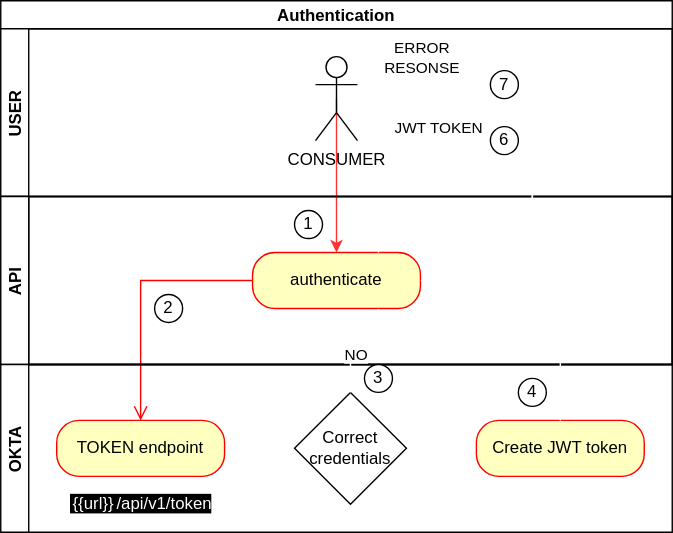
Earlier version of the draw.io export docs/diagrams/workflows/data_highway/api/flow-authorization.svg (Bruin-Dev/Intelygenz). Source tidied: cells renumbered, new cells last; positions are measured from the earlier drawing's top-left corner, leaving out a move shared by most shapes. Its diagram source:
```xml
<mxGraphModel>
  <root>
    <mxCell id="0" />
    <mxCell id="1" parent="0" />
    <mxCell id="2" style="edgeStyle=orthogonalEdgeStyle;html=1;verticalAlign=bottom;endArrow=open;endSize=8;strokeColor=#ff0000;rounded=0;" parent="1" edge="1" source="11" target="16">
      <mxGeometry relative="1" as="geometry" />
    </mxCell>
    <mxCell id="3" style="edgeStyle=orthogonalEdgeStyle;rounded=0;jettySize=auto;html=1;exitX=0.5;exitY=0.5;exitDx=0;exitDy=0;exitPerimeter=0;entryX=0.5;entryY=0;entryDx=0;entryDy=0;fillColor=#e51400;strokeColor=#FF3333;" parent="1" edge="1" source="6" target="11">
      <mxGeometry relative="1" as="geometry" />
    </mxCell>
    <mxCell id="4" value="Authentication" style="swimlane;horizontal=1;startSize=20;" parent="1" vertex="1">
      <mxGeometry width="480" height="260" as="geometry" />
    </mxCell>
    <mxCell id="5" value="USER" style="swimlane;startSize=20;horizontal=0;" parent="4" vertex="1">
      <mxGeometry y="20" width="480" height="120" as="geometry" />
    </mxCell>
    <mxCell id="6" value="CONSUMER" style="shape=umlActor;verticalLabelPosition=bottom;verticalAlign=top;html=1;" parent="5" vertex="1">
      <mxGeometry x="225" y="20" width="30" height="60" as="geometry" />
    </mxCell>
    <mxCell id="7" value="6" style="ellipse;whiteSpace=wrap;html=1;" parent="5" vertex="1">
      <mxGeometry x="350" y="70" width="20" height="20" as="geometry" />
    </mxCell>
    <mxCell id="8" value="7" style="ellipse;whiteSpace=wrap;html=1;" parent="5" vertex="1">
      <mxGeometry x="350" y="30" width="20" height="20" as="geometry" />
    </mxCell>
    <mxCell id="9" value="USER" style="swimlane;startSize=20;horizontal=0;" parent="4" vertex="1">
      <mxGeometry y="140" width="480" height="120" as="geometry" />
    </mxCell>
    <mxCell id="10" value="API" style="swimlane;startSize=20;horizontal=0;" parent="1" vertex="1">
      <mxGeometry y="140" width="480" height="120" as="geometry" />
    </mxCell>
    <mxCell id="11" value="authenticate" style="rounded=1;whiteSpace=wrap;html=1;arcSize=40;fontColor=#000000;fillColor=#ffffc0;strokeColor=#ff0000;" parent="10" vertex="1">
      <mxGeometry x="180" y="40" width="120" height="40" as="geometry" />
    </mxCell>
    <mxCell id="12" value="1" style="ellipse;whiteSpace=wrap;html=1;" parent="10" vertex="1">
      <mxGeometry x="210" y="10" width="20" height="20" as="geometry" />
    </mxCell>
    <mxCell id="13" value="2" style="ellipse;whiteSpace=wrap;html=1;" parent="10" vertex="1">
      <mxGeometry x="110" y="70" width="20" height="20" as="geometry" />
    </mxCell>
    <mxCell id="14" value="OKTA" style="swimlane;startSize=20;horizontal=0;" parent="1" vertex="1">
      <mxGeometry y="260" width="480" height="120" as="geometry" />
    </mxCell>
    <mxCell id="15" style="edgeStyle=orthogonalEdgeStyle;rounded=0;jettySize=auto;html=1;exitX=1;exitY=0.5;exitDx=0;exitDy=0;entryX=0;entryY=0.5;entryDx=0;entryDy=0;strokeColor=#FFFFFF;" parent="14" edge="1" source="16" target="18">
      <mxGeometry relative="1" as="geometry" />
    </mxCell>
    <mxCell id="16" value="TOKEN endpoint" style="rounded=1;whiteSpace=wrap;html=1;arcSize=40;fontColor=#000000;fillColor=#ffffc0;strokeColor=#ff0000;" parent="14" vertex="1">
      <mxGeometry x="40" y="40" width="120" height="40" as="geometry" />
    </mxCell>
    <mxCell id="17" value="YES" style="edgeStyle=orthogonalEdgeStyle;rounded=0;jettySize=auto;html=1;exitX=1;exitY=0.5;exitDx=0;exitDy=0;fontColor=#FFFFFF;strokeColor=#FFFFFF;" parent="14" edge="1" source="18" target="20">
      <mxGeometry relative="1" as="geometry" />
    </mxCell>
    <mxCell id="18" value="Correct credentials" style="rhombus;whiteSpace=wrap;html=1;" parent="14" vertex="1">
      <mxGeometry x="210" y="20" width="80" height="80" as="geometry" />
    </mxCell>
    <mxCell id="19" value="&lt;font color=&quot;#ffffff&quot; style=&quot;background-color: rgb(0 , 0 , 0)&quot;&gt;&lt;span class=&quot;unresolvedVariable&quot; spellcheck=&quot;false&quot; style=&quot;padding: 2px ; font-family: &amp;#34;inter&amp;#34; , , , , &amp;#34;segoe ui&amp;#34; , &amp;#34;roboto&amp;#34; , &amp;#34;oxygen&amp;#34; , &amp;#34;ubuntu&amp;#34; , &amp;#34;cantarell&amp;#34; , &amp;#34;fira sans&amp;#34; , &amp;#34;droid sans&amp;#34; , &amp;#34;helvetica&amp;#34; , &amp;#34;arial&amp;#34; , sans-serif ; text-align: left&quot;&gt;&lt;span&gt;{{url}}&lt;/span&gt;&lt;/span&gt;&lt;span style=&quot;text-align: left&quot;&gt;/api/v1/token&lt;/span&gt;&lt;/font&gt;" style="text;html=1;align=center;verticalAlign=middle;strokeColor=none;fillColor=none;" parent="14" vertex="1">
      <mxGeometry x="40" y="90" width="120" height="20" as="geometry" />
    </mxCell>
    <mxCell id="20" value="Create JWT token" style="rounded=1;whiteSpace=wrap;html=1;arcSize=40;fontColor=#000000;fillColor=#ffffc0;strokeColor=#ff0000;" parent="14" vertex="1">
      <mxGeometry x="340" y="40" width="120" height="40" as="geometry" />
    </mxCell>
    <mxCell id="21" value="4" style="ellipse;whiteSpace=wrap;html=1;" parent="14" vertex="1">
      <mxGeometry x="370" y="10" width="20" height="20" as="geometry" />
    </mxCell>
    <mxCell id="22" value="3" style="ellipse;whiteSpace=wrap;html=1;" parent="14" vertex="1">
      <mxGeometry x="260" width="20" height="20" as="geometry" />
    </mxCell>
    <mxCell id="23" style="edgeStyle=orthogonalEdgeStyle;rounded=0;jettySize=auto;html=1;exitX=0.5;exitY=0;exitDx=0;exitDy=0;entryX=1;entryY=0.3333333333333333;entryDx=0;entryDy=0;entryPerimeter=0;strokeColor=#FFFFFF;" parent="1" edge="1" target="6">
      <mxGeometry relative="1" as="geometry">
        <mxPoint x="380" y="160" as="sourcePoint" />
        <Array as="points">
          <mxPoint x="380" y="80" />
          <mxPoint x="255" y="80" />
        </Array>
      </mxGeometry>
    </mxCell>
    <mxCell id="24" value="JWT TOKEN" style="edgeLabel;html=1;align=center;verticalAlign=middle;" parent="23" vertex="1">
      <mxGeometry x="0.32" y="-3" relative="1" as="geometry">
        <mxPoint y="13" as="offset" />
      </mxGeometry>
    </mxCell>
    <mxCell id="25" style="edgeStyle=orthogonalEdgeStyle;rounded=0;jettySize=auto;html=1;exitX=0.5;exitY=0;exitDx=0;exitDy=0;entryX=0.75;entryY=1;entryDx=0;entryDy=0;strokeColor=#FFFFFF;" parent="1" edge="1" source="18" target="11">
      <mxGeometry relative="1" as="geometry">
        <Array as="points">
          <mxPoint x="250" y="250" />
          <mxPoint x="270" y="250" />
        </Array>
      </mxGeometry>
    </mxCell>
    <mxCell id="26" value="NO" style="edgeLabel;html=1;align=center;verticalAlign=middle;" parent="25" vertex="1">
      <mxGeometry x="-0.29" y="-3" relative="1" as="geometry" />
    </mxCell>
    <mxCell id="27" style="edgeStyle=orthogonalEdgeStyle;rounded=0;jettySize=auto;html=1;exitX=0.75;exitY=0;exitDx=0;exitDy=0;strokeColor=#FFFFFF;" parent="1" edge="1" source="11">
      <mxGeometry relative="1" as="geometry">
        <mxPoint x="250" y="40" as="targetPoint" />
        <Array as="points">
          <mxPoint x="270" y="160" />
          <mxPoint x="380" y="160" />
          <mxPoint x="380" y="40" />
        </Array>
      </mxGeometry>
    </mxCell>
    <mxCell id="28" value="ERROR&lt;br&gt;RESONSE" style="edgeLabel;html=1;align=center;verticalAlign=middle;" parent="27" vertex="1">
      <mxGeometry x="-0.31" y="-2" relative="1" as="geometry">
        <mxPoint x="-82" y="-118" as="offset" />
      </mxGeometry>
    </mxCell>
    <mxCell id="29" style="edgeStyle=orthogonalEdgeStyle;rounded=0;jettySize=auto;html=1;exitX=0.5;exitY=0;exitDx=0;exitDy=0;entryX=1;entryY=0.5;entryDx=0;entryDy=0;fontColor=#FFFFFF;strokeColor=#FFFFFF;" parent="1" edge="1" source="20" target="11">
      <mxGeometry relative="1" as="geometry" />
    </mxCell>
  </root>
</mxGraphModel>
```
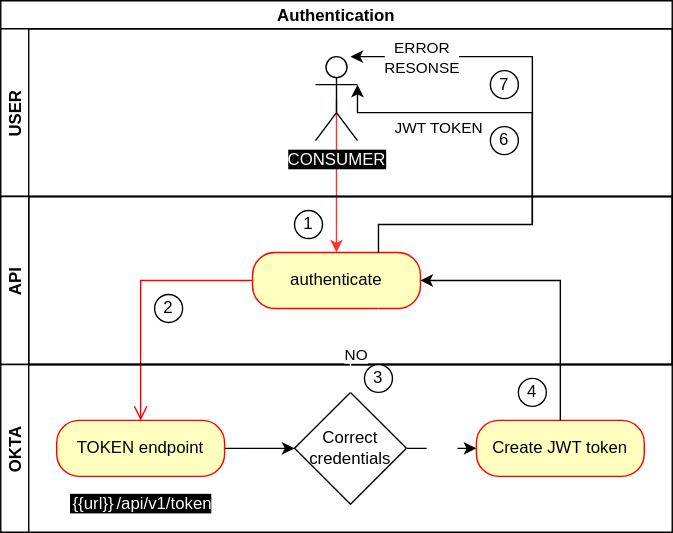
Above is the later version.

Commit message:
docs(docs/diagrams): Update auth authorization for API with OKTA with new groups and diagrams with white background

Diff of the diagram source:
```diff
@@ -1,4 +1,4 @@
-<mxGraphModel>
+<mxGraphModel background="#ffffff">
   <root>
     <mxCell id="0" />
     <mxCell id="1" parent="0" />
@@ -11,10 +11,10 @@
     <mxCell id="4" value="Authentication" style="swimlane;horizontal=1;startSize=20;" parent="1" vertex="1">
       <mxGeometry width="480" height="260" as="geometry" />
     </mxCell>
-    <mxCell id="5" value="USER" style="swimlane;startSize=20;horizontal=0;" parent="4" vertex="1">
+    <mxCell id="5" value="USER" style="swimlane;startSize=20;horizontal=0;strokeColor=#000000;" parent="4" vertex="1">
       <mxGeometry y="20" width="480" height="120" as="geometry" />
     </mxCell>
-    <mxCell id="6" value="CONSUMER" style="shape=umlActor;verticalLabelPosition=bottom;verticalAlign=top;html=1;" parent="5" vertex="1">
+    <mxCell id="6" value="&lt;font style=&quot;background-color: rgb(0 , 0 , 0)&quot; color=&quot;#ffffff&quot;&gt;CONSUMER&lt;/font&gt;" style="shape=umlActor;verticalLabelPosition=bottom;verticalAlign=top;html=1;strokeColor=#000000;" parent="5" vertex="1">
       <mxGeometry x="225" y="20" width="30" height="60" as="geometry" />
     </mxCell>
     <mxCell id="7" value="6" style="ellipse;whiteSpace=wrap;html=1;" parent="5" vertex="1">
@@ -23,10 +23,10 @@
     <mxCell id="8" value="7" style="ellipse;whiteSpace=wrap;html=1;" parent="5" vertex="1">
       <mxGeometry x="350" y="30" width="20" height="20" as="geometry" />
     </mxCell>
-    <mxCell id="9" value="USER" style="swimlane;startSize=20;horizontal=0;" parent="4" vertex="1">
+    <mxCell id="9" value="USER" style="swimlane;startSize=20;horizontal=0;strokeColor=#000000;" parent="4" vertex="1">
       <mxGeometry y="140" width="480" height="120" as="geometry" />
     </mxCell>
-    <mxCell id="10" value="API" style="swimlane;startSize=20;horizontal=0;" parent="1" vertex="1">
+    <mxCell id="10" value="API" style="swimlane;startSize=20;horizontal=0;strokeColor=#000000;" parent="1" vertex="1">
       <mxGeometry y="140" width="480" height="120" as="geometry" />
     </mxCell>
     <mxCell id="11" value="authenticate" style="rounded=1;whiteSpace=wrap;html=1;arcSize=40;fontColor=#000000;fillColor=#ffffc0;strokeColor=#ff0000;" parent="10" vertex="1">
@@ -38,19 +38,19 @@
     <mxCell id="13" value="2" style="ellipse;whiteSpace=wrap;html=1;" parent="10" vertex="1">
       <mxGeometry x="110" y="70" width="20" height="20" as="geometry" />
     </mxCell>
-    <mxCell id="14" value="OKTA" style="swimlane;startSize=20;horizontal=0;" parent="1" vertex="1">
+    <mxCell id="14" value="OKTA" style="swimlane;startSize=20;horizontal=0;strokeColor=#000000;" parent="1" vertex="1">
       <mxGeometry y="260" width="480" height="120" as="geometry" />
     </mxCell>
-    <mxCell id="15" style="edgeStyle=orthogonalEdgeStyle;rounded=0;jettySize=auto;html=1;exitX=1;exitY=0.5;exitDx=0;exitDy=0;entryX=0;entryY=0.5;entryDx=0;entryDy=0;strokeColor=#FFFFFF;" parent="14" edge="1" source="16" target="18">
+    <mxCell id="15" style="edgeStyle=orthogonalEdgeStyle;rounded=0;jettySize=auto;html=1;exitX=1;exitY=0.5;exitDx=0;exitDy=0;entryX=0;entryY=0.5;entryDx=0;entryDy=0;strokeColor=#000000;" parent="14" edge="1" source="16" target="18">
       <mxGeometry relative="1" as="geometry" />
     </mxCell>
     <mxCell id="16" value="TOKEN endpoint" style="rounded=1;whiteSpace=wrap;html=1;arcSize=40;fontColor=#000000;fillColor=#ffffc0;strokeColor=#ff0000;" parent="14" vertex="1">
       <mxGeometry x="40" y="40" width="120" height="40" as="geometry" />
     </mxCell>
-    <mxCell id="17" value="YES" style="edgeStyle=orthogonalEdgeStyle;rounded=0;jettySize=auto;html=1;exitX=1;exitY=0.5;exitDx=0;exitDy=0;fontColor=#FFFFFF;strokeColor=#FFFFFF;" parent="14" edge="1" source="18" target="20">
+    <mxCell id="17" value="YES" style="edgeStyle=orthogonalEdgeStyle;rounded=0;jettySize=auto;html=1;exitX=1;exitY=0.5;exitDx=0;exitDy=0;fontColor=#FFFFFF;strokeColor=#000000;" parent="14" edge="1" source="18" target="20">
       <mxGeometry relative="1" as="geometry" />
     </mxCell>
-    <mxCell id="18" value="Correct credentials" style="rhombus;whiteSpace=wrap;html=1;" parent="14" vertex="1">
+    <mxCell id="18" value="&lt;font color=&quot;#000000&quot;&gt;Correct credentials&lt;/font&gt;" style="rhombus;whiteSpace=wrap;html=1;strokeColor=#000000;fillColor=#FFFFFF;" parent="14" vertex="1">
       <mxGeometry x="210" y="20" width="80" height="80" as="geometry" />
     </mxCell>
     <mxCell id="19" value="&lt;font color=&quot;#ffffff&quot; style=&quot;background-color: rgb(0 , 0 , 0)&quot;&gt;&lt;span class=&quot;unresolvedVariable&quot; spellcheck=&quot;false&quot; style=&quot;padding: 2px ; font-family: &amp;#34;inter&amp;#34; , , , , &amp;#34;segoe ui&amp;#34; , &amp;#34;roboto&amp;#34; , &amp;#34;oxygen&amp;#34; , &amp;#34;ubuntu&amp;#34; , &amp;#34;cantarell&amp;#34; , &amp;#34;fira sans&amp;#34; , &amp;#34;droid sans&amp;#34; , &amp;#34;helvetica&amp;#34; , &amp;#34;arial&amp;#34; , sans-serif ; text-align: left&quot;&gt;&lt;span&gt;{{url}}&lt;/span&gt;&lt;/span&gt;&lt;span style=&quot;text-align: left&quot;&gt;/api/v1/token&lt;/span&gt;&lt;/font&gt;" style="text;html=1;align=center;verticalAlign=middle;strokeColor=none;fillColor=none;" parent="14" vertex="1">
@@ -65,7 +65,7 @@
     <mxCell id="22" value="3" style="ellipse;whiteSpace=wrap;html=1;" parent="14" vertex="1">
       <mxGeometry x="260" width="20" height="20" as="geometry" />
     </mxCell>
-    <mxCell id="23" style="edgeStyle=orthogonalEdgeStyle;rounded=0;jettySize=auto;html=1;exitX=0.5;exitY=0;exitDx=0;exitDy=0;entryX=1;entryY=0.3333333333333333;entryDx=0;entryDy=0;entryPerimeter=0;strokeColor=#FFFFFF;" parent="1" edge="1" target="6">
+    <mxCell id="23" style="edgeStyle=orthogonalEdgeStyle;rounded=0;jettySize=auto;html=1;exitX=0.5;exitY=0;exitDx=0;exitDy=0;entryX=1;entryY=0.3333333333333333;entryDx=0;entryDy=0;entryPerimeter=0;strokeColor=#000000;" parent="1" edge="1" target="6">
       <mxGeometry relative="1" as="geometry">
         <mxPoint x="380" y="160" as="sourcePoint" />
         <Array as="points">
@@ -90,7 +90,7 @@
     <mxCell id="26" value="NO" style="edgeLabel;html=1;align=center;verticalAlign=middle;" parent="25" vertex="1">
       <mxGeometry x="-0.29" y="-3" relative="1" as="geometry" />
     </mxCell>
-    <mxCell id="27" style="edgeStyle=orthogonalEdgeStyle;rounded=0;jettySize=auto;html=1;exitX=0.75;exitY=0;exitDx=0;exitDy=0;strokeColor=#FFFFFF;" parent="1" edge="1" source="11">
+    <mxCell id="27" style="edgeStyle=orthogonalEdgeStyle;rounded=0;jettySize=auto;html=1;exitX=0.75;exitY=0;exitDx=0;exitDy=0;strokeColor=#000000;" parent="1" edge="1" source="11">
       <mxGeometry relative="1" as="geometry">
         <mxPoint x="250" y="40" as="targetPoint" />
         <Array as="points">
@@ -105,7 +105,7 @@
         <mxPoint x="-82" y="-118" as="offset" />
       </mxGeometry>
     </mxCell>
-    <mxCell id="29" style="edgeStyle=orthogonalEdgeStyle;rounded=0;jettySize=auto;html=1;exitX=0.5;exitY=0;exitDx=0;exitDy=0;entryX=1;entryY=0.5;entryDx=0;entryDy=0;fontColor=#FFFFFF;strokeColor=#FFFFFF;" parent="1" edge="1" source="20" target="11">
+    <mxCell id="29" style="edgeStyle=orthogonalEdgeStyle;rounded=0;jettySize=auto;html=1;exitX=0.5;exitY=0;exitDx=0;exitDy=0;entryX=1;entryY=0.5;entryDx=0;entryDy=0;fontColor=#FFFFFF;strokeColor=#000000;" parent="1" edge="1" source="20" target="11">
       <mxGeometry relative="1" as="geometry" />
     </mxCell>
   </root>
```
